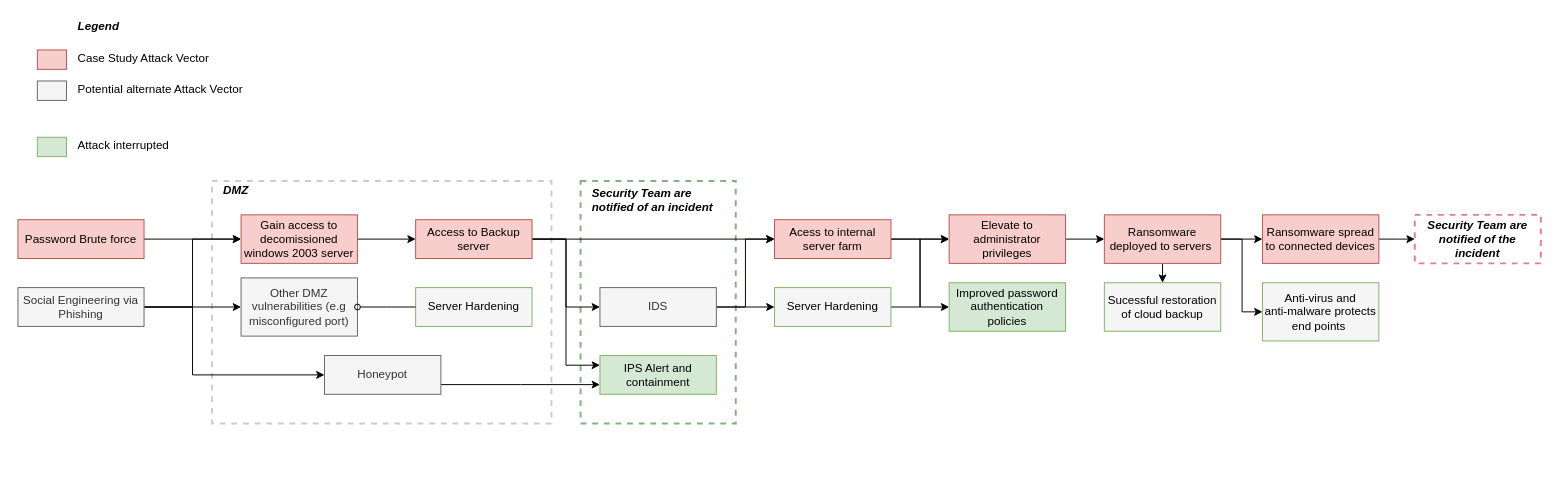
The draw.io diagram Attack_vector_diagram.drawio in Jeenix/info-sec, before the edit. Source tidied: cells renumbered, new cells numbered last; positions are measured from the earlier drawing's top-left corner, leaving out a move shared by most shapes. Both pictures are drawn from the tidied source at 97%, with x=0, y=0 at pixel (17, 16).
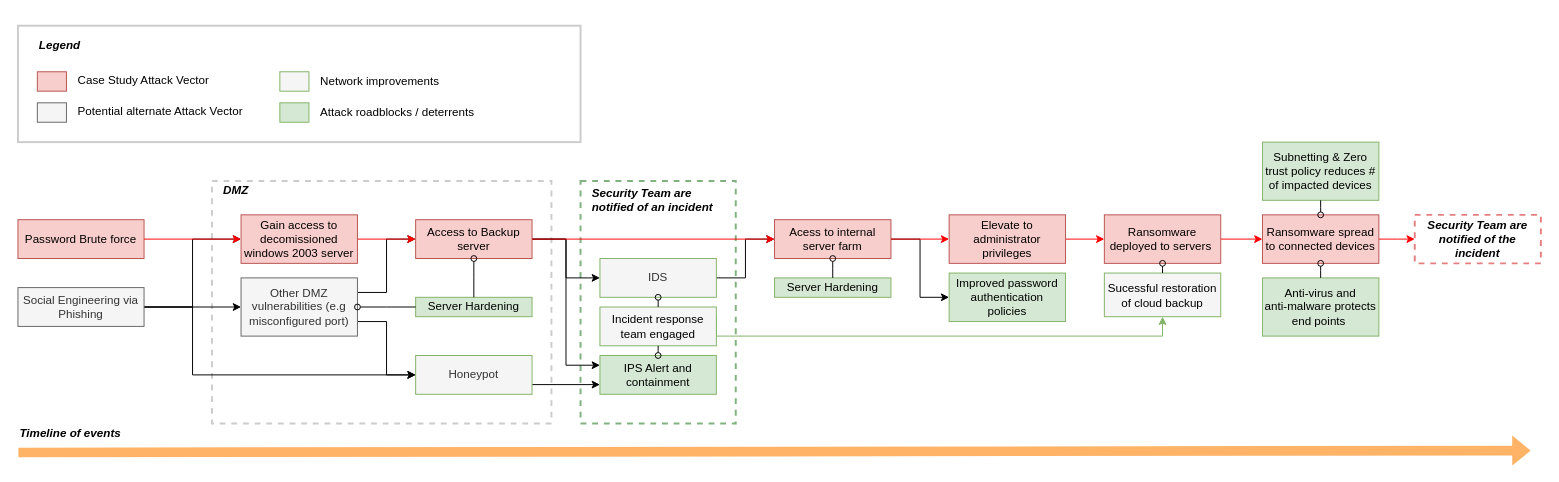
The same page after the edit.

The change refers to these unchanged cells:
```xml
<mxCell id="5" value="Password Brute force" style="rounded=0;whiteSpace=wrap;html=1;fontSize=12;glass=0;strokeWidth=1;shadow=0;fillColor=#f8cecc;strokeColor=#b85450;" parent="1" vertex="1">
  <mxGeometry y="209" width="130" height="40" as="geometry" />
</mxCell>
<mxCell id="7" value="Gain access to decomissioned windows 2003 server" style="rounded=0;whiteSpace=wrap;html=1;fontSize=12;glass=0;strokeWidth=1;shadow=0;fillColor=#f8cecc;strokeColor=#b85450;" parent="1" vertex="1">
  <mxGeometry x="230" y="204" width="120" height="50" as="geometry" />
</mxCell>
<mxCell id="11" value="Access to Backup server" style="rounded=0;whiteSpace=wrap;html=1;fontSize=12;glass=0;strokeWidth=1;shadow=0;fillColor=#f8cecc;strokeColor=#b85450;" parent="1" vertex="1">
  <mxGeometry x="410" y="209" width="120" height="40" as="geometry" />
</mxCell>
<mxCell id="22" value="Acess to internal server farm" style="rounded=0;whiteSpace=wrap;html=1;fontSize=12;glass=0;strokeWidth=1;shadow=0;fillColor=#f8cecc;strokeColor=#b85450;" parent="1" vertex="1">
  <mxGeometry x="780" y="209" width="120" height="40" as="geometry" />
</mxCell>
<mxCell id="24" value="Elevate to administrator privileges" style="rounded=0;whiteSpace=wrap;html=1;fontSize=12;glass=0;strokeWidth=1;shadow=0;fillColor=#f8cecc;strokeColor=#b85450;" parent="1" vertex="1">
  <mxGeometry x="960" y="204" width="120" height="50" as="geometry" />
</mxCell>
<mxCell id="26" value="Other DMZ vulnerabilities (e.g misconfigured port)" style="rounded=0;whiteSpace=wrap;html=1;fontSize=12;glass=0;strokeWidth=1;shadow=0;fillColor=#f5f5f5;strokeColor=#666666;fontColor=#333333;" parent="1" vertex="1">
  <mxGeometry x="230" y="269" width="120" height="60" as="geometry" />
</mxCell>
<mxCell id="36" value="Ransomware deployed to servers&amp;nbsp;" style="rounded=0;whiteSpace=wrap;html=1;fontSize=12;glass=0;strokeWidth=1;shadow=0;fillColor=#f8cecc;strokeColor=#b85450;" parent="1" vertex="1">
  <mxGeometry x="1120" y="204" width="120" height="50" as="geometry" />
</mxCell>
<mxCell id="38" value="Ransomware spread to connected devices" style="rounded=0;whiteSpace=wrap;html=1;fontSize=12;glass=0;strokeWidth=1;shadow=0;fillColor=#f8cecc;strokeColor=#b85450;" parent="1" vertex="1">
  <mxGeometry x="1283" y="204" width="120" height="50" as="geometry" />
</mxCell>
<mxCell id="47" value="&lt;b&gt;&lt;i&gt;Security Team are notified of the incident&lt;/i&gt;&lt;/b&gt;" style="whiteSpace=wrap;html=1;fillColor=none;dashed=1;strokeColor=#CC0000;strokeWidth=2;opacity=50;" parent="1" vertex="1">
  <mxGeometry x="1440" y="204" width="130" height="50" as="geometry" />
</mxCell>
```

What changed in the source:
```diff
@@
+    <mxCell id="52" style="edgeStyle=elbowEdgeStyle;shape=connector;rounded=0;jettySize=auto;html=1;exitX=1;exitY=0.25;exitDx=0;exitDy=0;entryX=0;entryY=0.5;entryDx=0;entryDy=0;labelBackgroundColor=default;fontFamily=Helvetica;fontSize=11;fontColor=default;endArrow=classic;strokeColor=default;" parent="1" edge="1" source="26" target="11">
+      <mxGeometry relative="1" as="geometry" />
+    </mxCell>
+    <mxCell id="53" style="whiteSpace=wrap;html=1;fillColor=none;strokeColor=#CCCCCC;strokeWidth=2;" parent="1" vertex="1">
+      <mxGeometry y="9" width="580" height="120" as="geometry" />
+    </mxCell>
@@
-    <mxCell id="4" style="edgeStyle=none;rounded=0;jettySize=auto;html=1;" parent="1" edge="1" source="5" target="7">
-      <mxGeometry relative="1" as="geometry" />
-    </mxCell>
@@
-    <mxCell id="6" style="edgeStyle=none;shape=connector;rounded=0;jettySize=auto;html=1;labelBackgroundColor=default;fontFamily=Helvetica;fontSize=11;fontColor=default;endArrow=classic;strokeColor=default;" parent="1" edge="1" source="7" target="11">
+    <mxCell id="6" style="edgeStyle=none;shape=connector;rounded=0;jettySize=auto;html=1;labelBackgroundColor=default;fontFamily=Helvetica;fontSize=11;fontColor=default;endArrow=classic;strokeColor=#FF0000;" parent="1" edge="1" source="7" target="11">
       <mxGeometry relative="1" as="geometry" />
     </mxCell>
@@
-    <mxCell id="8" style="edgeStyle=none;shape=connector;rounded=0;jettySize=auto;html=1;labelBackgroundColor=default;fontFamily=Helvetica;fontSize=11;fontColor=default;endArrow=classic;strokeColor=default;" parent="1" edge="1" source="11" target="22">
-      <mxGeometry relative="1" as="geometry" />
-    </mxCell>
@@
     <mxCell id="12" style="rounded=0;whiteSpace=wrap;html=1;fontSize=12;glass=0;strokeWidth=1;shadow=0;fillColor=#f8cecc;strokeColor=#b85450;" parent="1" vertex="1">
-      <mxGeometry x="20" y="34" width="30" height="20" as="geometry" />
+      <mxGeometry x="20" y="56.5" width="30" height="20" as="geometry" />
     </mxCell>
     <mxCell id="13" value="&lt;font face=&quot;helvetica&quot;&gt;&lt;span style=&quot;background-color: rgb(255 , 255 , 255)&quot;&gt;Case Study Attack Vector&lt;/span&gt;&lt;/font&gt;" style="text;whiteSpace=wrap;html=1;align=left;rounded=0;" parent="1" vertex="1">
-      <mxGeometry x="60" y="29" width="170" height="30" as="geometry" />
+      <mxGeometry x="60" y="51.5" width="170" height="30" as="geometry" />
     </mxCell>
     <mxCell id="14" style="rounded=0;whiteSpace=wrap;html=1;fontSize=12;glass=0;strokeWidth=1;shadow=0;fillColor=#f5f5f5;strokeColor=#666666;fontColor=#333333;" parent="1" vertex="1">
-      <mxGeometry x="20" y="66" width="30" height="20" as="geometry" />
+      <mxGeometry x="20" y="88.5" width="30" height="20" as="geometry" />
     </mxCell>
     <mxCell id="15" value="&lt;font face=&quot;helvetica&quot;&gt;&lt;span style=&quot;background-color: rgb(255 , 255 , 255)&quot;&gt;Potential alternate Attack Vector&lt;/span&gt;&lt;/font&gt;" style="text;whiteSpace=wrap;html=1;align=left;rounded=0;" parent="1" vertex="1">
-      <mxGeometry x="60" y="61" width="230" height="30" as="geometry" />
+      <mxGeometry x="60" y="83.5" width="230" height="30" as="geometry" />
     </mxCell>
@@
-    <mxCell id="20" style="edgeStyle=none;shape=connector;rounded=0;jettySize=auto;html=1;labelBackgroundColor=default;fontFamily=Helvetica;fontSize=11;fontColor=default;endArrow=classic;strokeColor=default;" parent="1" edge="1" source="22" target="24">
-      <mxGeometry relative="1" as="geometry" />
-    </mxCell>
@@
-    <mxCell id="23" style="edgeStyle=elbowEdgeStyle;shape=connector;rounded=0;jettySize=auto;html=1;entryX=0;entryY=0.5;entryDx=0;entryDy=0;labelBackgroundColor=default;fontFamily=Helvetica;fontSize=11;fontColor=default;endArrow=classic;strokeColor=default;" parent="1" edge="1" source="24" target="36">
+    <mxCell id="23" style="edgeStyle=elbowEdgeStyle;shape=connector;rounded=0;jettySize=auto;html=1;entryX=0;entryY=0.5;entryDx=0;entryDy=0;labelBackgroundColor=default;fontFamily=Helvetica;fontSize=11;fontColor=default;endArrow=classic;strokeColor=#FF0000;" parent="1" edge="1" source="24" target="36">
       <mxGeometry relative="1" as="geometry" />
     </mxCell>
@@
+    <mxCell id="54" style="edgeStyle=elbowEdgeStyle;shape=connector;rounded=0;jettySize=auto;html=1;exitX=1;exitY=0.75;exitDx=0;exitDy=0;entryX=0;entryY=0.5;entryDx=0;entryDy=0;labelBackgroundColor=default;fontFamily=Helvetica;fontSize=11;fontColor=default;endArrow=classic;strokeColor=default;" parent="1" edge="1" source="26" target="28">
+      <mxGeometry relative="1" as="geometry" />
+    </mxCell>
@@
-    <mxCell id="28" value="Honeypot" style="rounded=0;whiteSpace=wrap;html=1;fontSize=12;glass=0;strokeWidth=1;shadow=0;fillColor=#f5f5f5;strokeColor=#666666;fontColor=#333333;" parent="1" vertex="1">
-      <mxGeometry x="316" y="349" width="120" height="40" as="geometry" />
+    <mxCell id="28" value="Honeypot" style="rounded=0;whiteSpace=wrap;html=1;fontSize=12;glass=0;strokeWidth=1;shadow=0;fillColor=#f5f5f5;strokeColor=#82B366;fontColor=#333333;" parent="1" vertex="1">
+      <mxGeometry x="410" y="349" width="120" height="40" as="geometry" />
     </mxCell>
-    <mxCell id="29" value="IPS Alert and containment" style="rounded=0;whiteSpace=wrap;html=1;fontSize=12;glass=0;strokeWidth=1;shadow=0;fillColor=#d5e8d4;strokeColor=#82b366;" parent="1" vertex="1">
+    <mxCell id="29" value="IPS Alert and containment" style="rounded=0;whiteSpace=wrap;html=1;fontSize=12;glass=0;strokeWidth=1;shadow=0;fillColor=#d5e8d4;strokeColor=#82B366;" parent="1" vertex="1">
       <mxGeometry x="600" y="349" width="120" height="40" as="geometry" />
     </mxCell>
     <mxCell id="30" value="Improved password authentication policies" style="rounded=0;whiteSpace=wrap;html=1;fontSize=12;glass=0;strokeWidth=1;shadow=0;fillColor=#d5e8d4;strokeColor=#82b366;" parent="1" vertex="1">
-      <mxGeometry x="960" y="274" width="120" height="50" as="geometry" />
+      <mxGeometry x="960" y="264" width="120" height="50" as="geometry" />
     </mxCell>
     <mxCell id="31" style="rounded=0;whiteSpace=wrap;html=1;fontSize=12;glass=0;strokeWidth=1;shadow=0;fillColor=#d5e8d4;strokeColor=#82b366;" parent="1" vertex="1">
-      <mxGeometry x="20" y="124" width="30" height="20" as="geometry" />
+      <mxGeometry x="270" y="88.5" width="30" height="20" as="geometry" />
     </mxCell>
-    <mxCell id="32" value="&lt;font face=&quot;helvetica&quot;&gt;&lt;span style=&quot;background-color: rgb(255 , 255 , 255)&quot;&gt;Attack interrupted&lt;/span&gt;&lt;/font&gt;" style="text;whiteSpace=wrap;html=1;align=left;rounded=0;" parent="1" vertex="1">
-      <mxGeometry x="60" y="119" width="230" height="30" as="geometry" />
+    <mxCell id="32" value="&lt;font face=&quot;helvetica&quot;&gt;&lt;span style=&quot;background-color: rgb(255 , 255 , 255)&quot;&gt;Attack roadblocks / deterrents&amp;nbsp;&lt;/span&gt;&lt;/font&gt;" style="text;whiteSpace=wrap;html=1;align=left;rounded=0;" parent="1" vertex="1">
+      <mxGeometry x="310" y="84.5" width="230" height="30" as="geometry" />
     </mxCell>
-    <mxCell id="33" style="edgeStyle=elbowEdgeStyle;shape=connector;rounded=0;jettySize=auto;html=1;entryX=0;entryY=0.5;entryDx=0;entryDy=0;labelBackgroundColor=default;fontFamily=Helvetica;fontSize=11;fontColor=default;endArrow=classic;strokeColor=default;" parent="1" edge="1" source="36" target="39">
-      <mxGeometry relative="1" as="geometry" />
-    </mxCell>
-    <mxCell id="34" style="edgeStyle=elbowEdgeStyle;shape=connector;rounded=0;jettySize=auto;html=1;labelBackgroundColor=default;fontFamily=Helvetica;fontSize=11;fontColor=default;endArrow=classic;strokeColor=default;" parent="1" edge="1" source="36" target="38">
+    <mxCell id="34" style="edgeStyle=elbowEdgeStyle;shape=connector;rounded=0;jettySize=auto;html=1;labelBackgroundColor=default;fontFamily=Helvetica;fontSize=11;fontColor=default;endArrow=classic;strokeColor=#FF0000;" parent="1" edge="1" source="36" target="38">
       <mxGeometry relative="1" as="geometry" />
     </mxCell>
-    <mxCell id="35" style="edgeStyle=elbowEdgeStyle;shape=connector;rounded=0;jettySize=auto;html=1;entryX=0.5;entryY=0;entryDx=0;entryDy=0;labelBackgroundColor=default;fontFamily=Helvetica;fontSize=11;fontColor=default;endArrow=classic;strokeColor=default;" parent="1" edge="1" source="36" target="43">
-      <mxGeometry relative="1" as="geometry" />
-    </mxCell>
@@
-    <mxCell id="37" style="edgeStyle=elbowEdgeStyle;shape=connector;rounded=0;jettySize=auto;html=1;exitX=1;exitY=0.5;exitDx=0;exitDy=0;labelBackgroundColor=default;fontFamily=Helvetica;fontSize=11;fontColor=default;endArrow=classic;strokeColor=default;" parent="1" edge="1" source="38" target="47">
+    <mxCell id="37" style="edgeStyle=elbowEdgeStyle;shape=connector;rounded=0;jettySize=auto;html=1;exitX=1;exitY=0.5;exitDx=0;exitDy=0;labelBackgroundColor=default;fontFamily=Helvetica;fontSize=11;fontColor=default;endArrow=classic;strokeColor=#FF0000;" parent="1" edge="1" source="38" target="47">
       <mxGeometry relative="1" as="geometry" />
     </mxCell>
@@
-    <mxCell id="39" value="Anti-virus and &lt;br&gt;anti-malware protects end points&amp;nbsp;" style="rounded=0;whiteSpace=wrap;html=1;fontSize=12;glass=0;strokeWidth=1;shadow=0;fillColor=#F5F5F5;strokeColor=#82b366;" parent="1" vertex="1">
-      <mxGeometry x="1283" y="274" width="120" height="60" as="geometry" />
+    <mxCell id="39" value="Anti-virus and &lt;br&gt;anti-malware protects end points&amp;nbsp;" style="rounded=0;whiteSpace=wrap;html=1;fontSize=12;glass=0;strokeWidth=1;shadow=0;fillColor=#d5e8d4;strokeColor=#82b366;" parent="1" vertex="1">
+      <mxGeometry x="1283" y="269" width="120" height="60" as="geometry" />
     </mxCell>
@@
-    <mxCell id="41" style="edgeStyle=elbowEdgeStyle;shape=connector;rounded=0;jettySize=auto;html=1;labelBackgroundColor=default;fontFamily=Helvetica;fontSize=11;fontColor=default;endArrow=classic;strokeColor=default;" parent="1" edge="1" source="42" target="45">
-      <mxGeometry relative="1" as="geometry" />
-    </mxCell>
-    <mxCell id="42" value="IDS" style="rounded=0;whiteSpace=wrap;html=1;fontSize=12;glass=0;strokeWidth=1;shadow=0;fillColor=#f5f5f5;strokeColor=#666666;fontColor=#333333;" parent="1" vertex="1">
-      <mxGeometry x="600" y="279" width="120" height="40" as="geometry" />
+    <mxCell id="42" value="IDS" style="rounded=0;whiteSpace=wrap;html=1;fontSize=12;glass=0;strokeWidth=1;shadow=0;fillColor=#F5F5F5;strokeColor=#82B366;fontColor=#333333;" parent="1" vertex="1">
+      <mxGeometry x="600" y="249" width="120" height="40" as="geometry" />
     </mxCell>
     <mxCell id="43" value="Sucessful restoration of cloud backup" style="rounded=0;whiteSpace=wrap;html=1;fontSize=12;glass=0;strokeWidth=1;shadow=0;fillColor=#F5F5F5;strokeColor=#82b366;" parent="1" vertex="1">
-      <mxGeometry x="1120" y="274" width="120" height="50" as="geometry" />
+      <mxGeometry x="1120" y="264" width="120" height="45" as="geometry" />
     </mxCell>
-    <mxCell id="44" style="edgeStyle=elbowEdgeStyle;shape=connector;rounded=0;jettySize=auto;html=1;entryX=0;entryY=0.5;entryDx=0;entryDy=0;labelBackgroundColor=default;fontFamily=Helvetica;fontSize=11;fontColor=default;endArrow=classic;strokeColor=default;" parent="1" edge="1" source="45" target="24">
-      <mxGeometry relative="1" as="geometry" />
-    </mxCell>
-    <mxCell id="45" value="Server Hardening" style="rounded=0;whiteSpace=wrap;html=1;fontSize=12;glass=0;strokeWidth=1;shadow=0;fillColor=#F5F5F5;strokeColor=#82b366;" parent="1" vertex="1">
-      <mxGeometry x="780" y="279" width="120" height="40" as="geometry" />
+    <mxCell id="45" value="Server Hardening" style="rounded=0;whiteSpace=wrap;html=1;fontSize=12;glass=0;strokeWidth=1;shadow=0;fillColor=#d5e8d4;strokeColor=#82b366;" parent="1" vertex="1">
+      <mxGeometry x="780" y="269" width="120" height="20" as="geometry" />
     </mxCell>
@@
     <mxCell id="49" value="Legend" style="text;html=1;align=left;verticalAlign=middle;fillColor=none;strokeColor=none;rounded=0;fontStyle=3;" parent="1" vertex="1">
-      <mxGeometry x="60" width="60" height="20" as="geometry" />
+      <mxGeometry x="20" y="19" width="60" height="20" as="geometry" />
     </mxCell>
-    <mxCell id="50" value="Server Hardening" style="rounded=0;whiteSpace=wrap;html=1;fontSize=12;glass=0;strokeWidth=1;shadow=0;fillColor=#F5F5F5;strokeColor=#82b366;" parent="1" vertex="1">
-      <mxGeometry x="410" y="279" width="120" height="40" as="geometry" />
+    <mxCell id="50" value="Server Hardening" style="rounded=0;whiteSpace=wrap;html=1;fontSize=12;glass=0;strokeWidth=1;shadow=0;fillColor=#d5e8d4;strokeColor=#82b366;" parent="1" vertex="1">
+      <mxGeometry x="410" y="289" width="120" height="20" as="geometry" />
     </mxCell>
@@
+    <mxCell id="55" style="edgeStyle=elbowEdgeStyle;shape=connector;rounded=0;jettySize=auto;html=1;labelBackgroundColor=default;fontFamily=Helvetica;fontSize=11;fontColor=default;startArrow=oval;startFill=0;endArrow=none;endFill=0;strokeColor=default;" parent="1" edge="1" source="22" target="45">
+      <mxGeometry relative="1" as="geometry" />
+    </mxCell>
+    <mxCell id="4" style="edgeStyle=none;rounded=0;jettySize=auto;html=1;strokeColor=#FF0000;" parent="1" edge="1" source="5" target="7">
+      <mxGeometry relative="1" as="geometry" />
+    </mxCell>
+    <mxCell id="8" style="edgeStyle=none;shape=connector;rounded=0;jettySize=auto;html=1;labelBackgroundColor=default;fontFamily=Helvetica;fontSize=11;fontColor=default;endArrow=classic;strokeColor=#FF0000;" parent="1" edge="1" source="11" target="22">
+      <mxGeometry relative="1" as="geometry" />
+    </mxCell>
+    <mxCell id="20" style="edgeStyle=none;shape=connector;rounded=0;jettySize=auto;html=1;labelBackgroundColor=default;fontFamily=Helvetica;fontSize=11;fontColor=default;endArrow=classic;strokeColor=#FF0000;" parent="1" edge="1" source="22" target="24">
+      <mxGeometry relative="1" as="geometry" />
+    </mxCell>
+    <mxCell id="56" style="edgeStyle=elbowEdgeStyle;shape=connector;rounded=0;jettySize=auto;html=1;exitX=1;exitY=0.25;exitDx=0;exitDy=0;entryX=0.5;entryY=1;entryDx=0;entryDy=0;labelBackgroundColor=default;fontFamily=Helvetica;fontSize=11;fontColor=default;startArrow=none;startFill=0;endArrow=classic;endFill=1;strokeColor=#82B366;elbow=vertical;" parent="1" edge="1" source="57" target="43">
+      <mxGeometry relative="1" as="geometry">
+        <Array as="points">
+          <mxPoint x="960" y="329" />
+        </Array>
+      </mxGeometry>
+    </mxCell>
+    <mxCell id="57" value="Incident response team engaged" style="rounded=0;whiteSpace=wrap;html=1;fontSize=12;glass=0;strokeWidth=1;shadow=0;fillColor=#F5F5F5;strokeColor=#82B366;" parent="1" vertex="1">
+      <mxGeometry x="600" y="299" width="120" height="40" as="geometry" />
+    </mxCell>
+    <mxCell id="58" style="edgeStyle=elbowEdgeStyle;shape=connector;rounded=0;jettySize=auto;html=1;exitX=0.5;exitY=1;exitDx=0;exitDy=0;entryX=0.5;entryY=0;entryDx=0;entryDy=0;labelBackgroundColor=default;fontFamily=Helvetica;fontSize=11;fontColor=default;startArrow=oval;startFill=0;endArrow=none;endFill=0;strokeColor=default;" parent="1" edge="1" source="42" target="57">
+      <mxGeometry relative="1" as="geometry" />
+    </mxCell>
+    <mxCell id="59" style="edgeStyle=elbowEdgeStyle;shape=connector;rounded=0;jettySize=auto;html=1;exitX=0.5;exitY=0;exitDx=0;exitDy=0;entryX=0.5;entryY=1;entryDx=0;entryDy=0;labelBackgroundColor=default;fontFamily=Helvetica;fontSize=11;fontColor=default;startArrow=oval;startFill=0;endArrow=none;endFill=0;strokeColor=default;" parent="1" edge="1" source="29" target="57">
+      <mxGeometry relative="1" as="geometry" />
+    </mxCell>
+    <mxCell id="60" value="Subnetting &amp;amp; Zero trust policy reduces # of impacted devices" style="rounded=0;whiteSpace=wrap;html=1;fontSize=12;glass=0;strokeWidth=1;shadow=0;fillColor=#d5e8d4;strokeColor=#82b366;" parent="1" vertex="1">
+      <mxGeometry x="1283" y="129" width="120" height="60" as="geometry" />
+    </mxCell>
+    <mxCell id="61" style="edgeStyle=elbowEdgeStyle;shape=connector;rounded=0;jettySize=auto;html=1;exitX=0.5;exitY=0;exitDx=0;exitDy=0;entryX=0.5;entryY=1;entryDx=0;entryDy=0;labelBackgroundColor=default;fontFamily=Helvetica;fontSize=11;fontColor=default;startArrow=oval;startFill=0;endArrow=none;endFill=0;strokeColor=default;" parent="1" edge="1" source="38" target="60">
+      <mxGeometry relative="1" as="geometry" />
+    </mxCell>
+    <mxCell id="62" style="shape=flexArrow;endArrow=classic;html=1;rounded=0;dashed=1;dashPattern=1 1;labelBackgroundColor=default;fontFamily=Helvetica;fontSize=11;fontColor=default;strokeColor=none;fillColor=#FFB366;" parent="1" edge="1">
+      <mxGeometry relative="1" as="geometry">
+        <mxPoint y="449" as="sourcePoint" />
+        <mxPoint x="1560" y="447" as="targetPoint" />
+      </mxGeometry>
+    </mxCell>
+    <mxCell id="63" value="Timeline of events" style="text;html=1;align=left;verticalAlign=middle;fillColor=none;strokeColor=none;rounded=0;fontStyle=3;" parent="1" vertex="1">
+      <mxGeometry y="419" width="120" height="20" as="geometry" />
+    </mxCell>
+    <mxCell id="64" style="edgeStyle=elbowEdgeStyle;shape=connector;rounded=0;orthogonalLoop=1;jettySize=auto;html=1;exitX=1;exitY=0.75;exitDx=0;exitDy=0;labelBackgroundColor=default;fontFamily=Helvetica;fontSize=11;fontColor=default;endArrow=classic;strokeColor=default;" parent="1" edge="1" source="26" target="26">
+      <mxGeometry relative="1" as="geometry" />
+    </mxCell>
+    <mxCell id="65" style="edgeStyle=elbowEdgeStyle;shape=connector;rounded=0;jettySize=auto;html=1;exitX=0.5;exitY=1;exitDx=0;exitDy=0;entryX=0.5;entryY=0;entryDx=0;entryDy=0;labelBackgroundColor=default;fontFamily=Helvetica;fontSize=11;fontColor=default;startArrow=oval;startFill=0;endArrow=none;endFill=0;strokeColor=default;" parent="1" edge="1" source="11" target="50">
+      <mxGeometry relative="1" as="geometry" />
+    </mxCell>
+    <mxCell id="66" style="edgeStyle=elbowEdgeStyle;shape=connector;rounded=0;jettySize=auto;html=1;exitX=0.5;exitY=1;exitDx=0;exitDy=0;labelBackgroundColor=default;fontFamily=Helvetica;fontSize=11;fontColor=default;startArrow=oval;startFill=0;endArrow=none;endFill=0;strokeColor=default;" parent="1" edge="1" source="38" target="39">
+      <mxGeometry relative="1" as="geometry" />
+    </mxCell>
+    <mxCell id="35" style="edgeStyle=elbowEdgeStyle;shape=connector;rounded=0;jettySize=auto;html=1;exitX=0.5;exitY=1;exitDx=0;exitDy=0;labelBackgroundColor=default;fontFamily=Helvetica;fontSize=11;fontColor=default;startArrow=oval;startFill=0;endArrow=none;endFill=0;strokeColor=default;" parent="1" edge="1" source="36" target="43">
+      <mxGeometry relative="1" as="geometry" />
+    </mxCell>
+    <mxCell id="67" style="rounded=0;whiteSpace=wrap;html=1;fontSize=12;glass=0;strokeWidth=1;shadow=0;fillColor=#F5F5F5;strokeColor=#82b366;" parent="1" vertex="1">
+      <mxGeometry x="270" y="56.5" width="30" height="20" as="geometry" />
+    </mxCell>
+    <mxCell id="68" value="&lt;font face=&quot;helvetica&quot;&gt;&lt;span style=&quot;background-color: rgb(255 , 255 , 255)&quot;&gt;Network improvements&lt;/span&gt;&lt;/font&gt;" style="text;whiteSpace=wrap;html=1;align=left;rounded=0;" parent="1" vertex="1">
+      <mxGeometry x="310" y="52.5" width="230" height="30" as="geometry" />
+    </mxCell>
```
